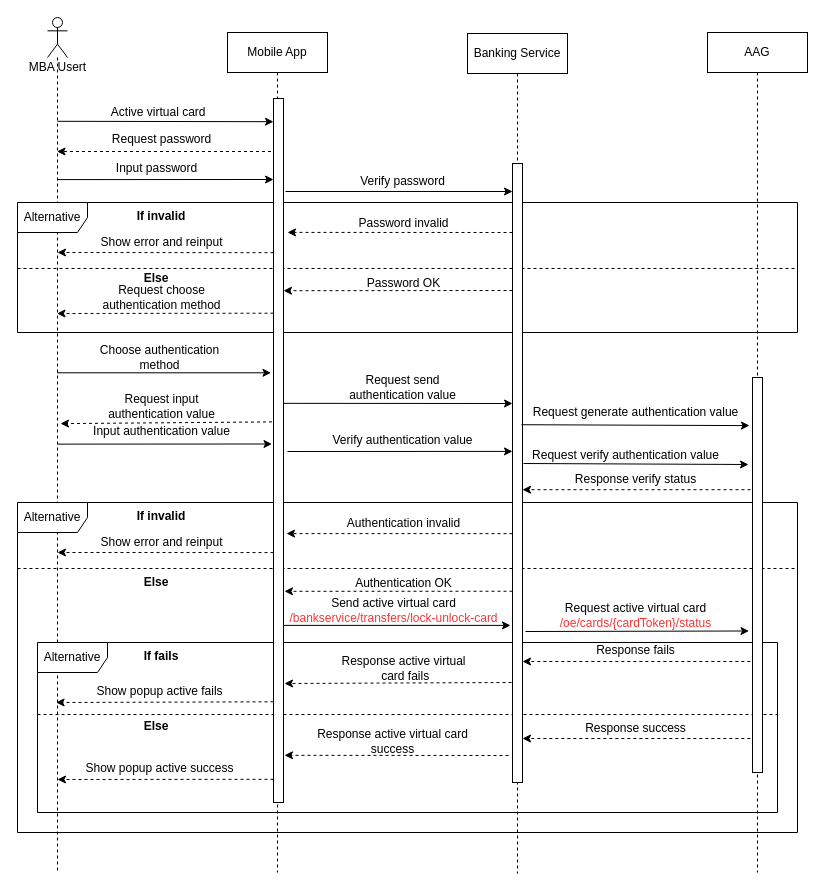
The draw.io diagram page "Active-virtual-card" (5 of 14) of Sequence Diagram.drawio in lyminh1994/diagram, before the edit. Source tidied: cells renumbered, new cells numbered last; positions are measured from the earlier drawing's top-left corner, leaving out a move shared by most shapes. Both pictures are drawn from the tidied source at 100%, with x=0, y=0 at pixel (17, 17).
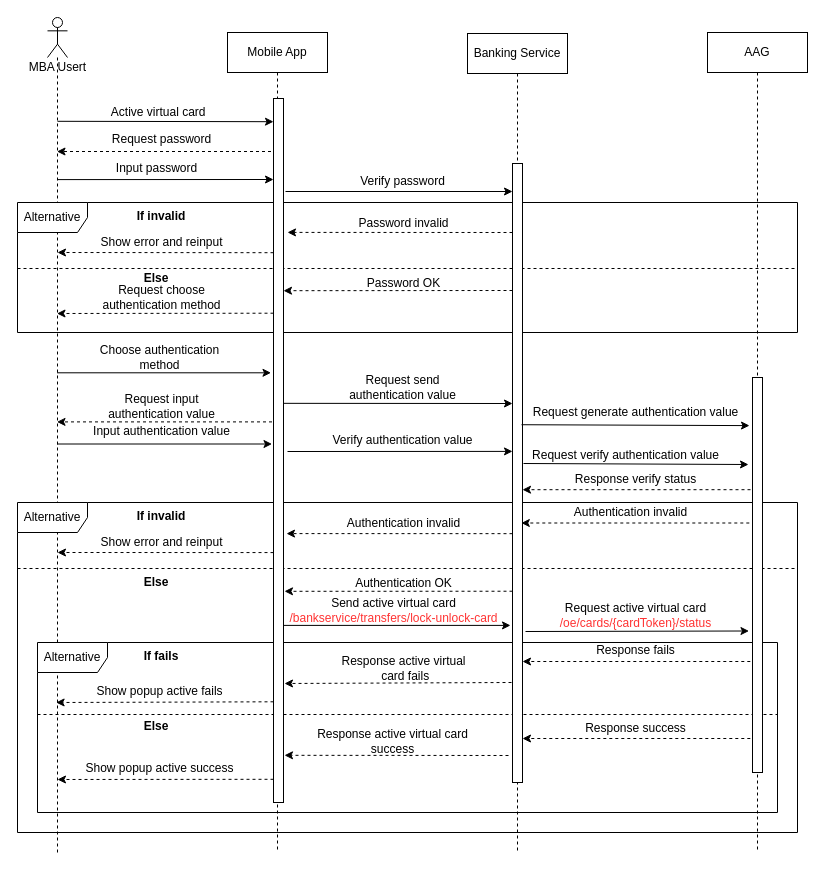
After the change.

Change to the diagram source:
```diff
@@
     <mxCell id="2" value="MBA Usert" style="shape=umlLifeline;participant=umlActor;perimeter=lifelinePerimeter;html=1;verticalAlign=top;spacingTop=36;outlineConnect=0;strokeColor=#000000;strokeWidth=1;fillColor=none;size=40;" parent="1" vertex="1">
-      <mxGeometry x="30" width="20" height="855" as="geometry" />
+      <mxGeometry x="30" width="20" height="835" as="geometry" />
     </mxCell>
     <mxCell id="3" value="&lt;span&gt;Mobile App&lt;/span&gt;" style="shape=umlLifeline;perimeter=lifelinePerimeter;whiteSpace=wrap;html=1;rounded=0;shadow=0;strokeColor=#000000;strokeWidth=1;fillColor=none;verticalAlign=middle;" parent="1" vertex="1">
-      <mxGeometry x="210" y="15" width="100" height="840" as="geometry" />
+      <mxGeometry x="210" y="15" width="100" height="820" as="geometry" />
     </mxCell>
     <mxCell id="4" value="&lt;span&gt;Banking Service&lt;/span&gt;" style="shape=umlLifeline;perimeter=lifelinePerimeter;whiteSpace=wrap;html=1;rounded=0;shadow=0;strokeColor=#000000;strokeWidth=1;fillColor=none;verticalAlign=middle;" parent="1" vertex="1">
-      <mxGeometry x="450" y="16" width="100" height="840" as="geometry" />
+      <mxGeometry x="450" y="16" width="100" height="819" as="geometry" />
     </mxCell>
     <mxCell id="5" value="AAG" style="shape=umlLifeline;perimeter=lifelinePerimeter;whiteSpace=wrap;html=1;" parent="1" vertex="1">
-      <mxGeometry x="690" y="15" width="100" height="840" as="geometry" />
+      <mxGeometry x="690" y="15" width="100" height="820" as="geometry" />
     </mxCell>
@@
-    <mxCell id="62" style="edgeStyle=none;rounded=0;jettySize=auto;html=1;dashed=1;entryX=0.65;entryY=0.475;entryDx=0;entryDy=0;entryPerimeter=0;" parent="1" edge="1" target="2">
+    <mxCell id="62" style="edgeStyle=none;rounded=0;jettySize=auto;html=1;dashed=1;" parent="1" edge="1" target="2">
       <mxGeometry relative="1" as="geometry">
         <mxPoint x="254.5" y="404.4" as="sourcePoint" />
       </mxGeometry>
     </mxCell>
@@
-    <mxCell id="68" style="edgeStyle=none;rounded=0;jettySize=auto;html=1;entryX=-0.2;entryY=0.209;entryDx=0;entryDy=0;entryPerimeter=0;fontSize=12;exitX=0.5;exitY=0.499;exitDx=0;exitDy=0;exitPerimeter=0;" parent="1" edge="1" source="2">
+    <mxCell id="68" style="edgeStyle=none;rounded=0;jettySize=auto;html=1;entryX=-0.2;entryY=0.209;entryDx=0;entryDy=0;entryPerimeter=0;fontSize=12;" parent="1" edge="1" source="2">
       <mxGeometry relative="1" as="geometry">
         <mxPoint x="254.5" y="426.5" as="targetPoint" />
       </mxGeometry>
     </mxCell>
@@
+    <mxCell id="75" style="edgeStyle=none;rounded=0;orthogonalLoop=1;jettySize=auto;html=1;dashed=1;" parent="1" edge="1">
+      <mxGeometry relative="1" as="geometry">
+        <mxPoint x="731.8" y="505.5" as="sourcePoint" />
+        <mxPoint x="503.8" y="505.5" as="targetPoint" />
+      </mxGeometry>
+    </mxCell>
+    <mxCell id="76" value="Authentication&amp;nbsp;invalid" style="text;html=1;align=center;verticalAlign=middle;strokeColor=none;fontSize=12;" parent="1" vertex="1">
+      <mxGeometry x="547.8" y="485" width="130" height="20" as="geometry" />
+    </mxCell>
```
